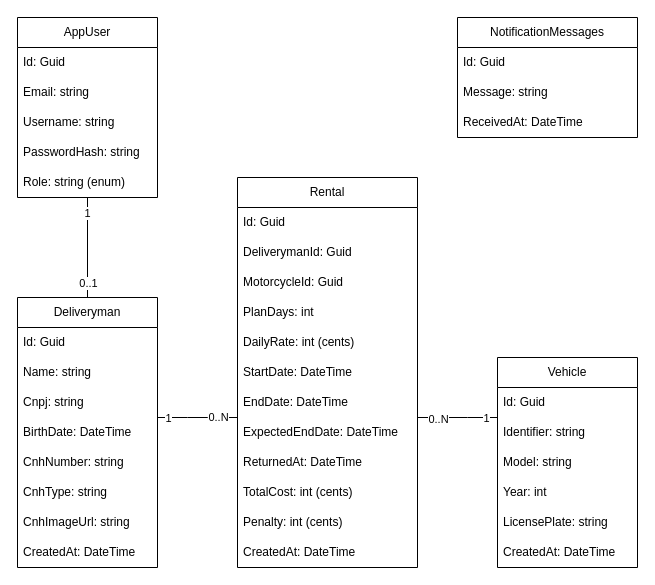
Earlier version of the draw.io diagram docs/er-diagram.drawio (cainajuca/fleet-rental-backend). Source tidied: cells renumbered, new cells numbered last; positions are measured from the earlier drawing's top-left corner, leaving out a move shared by most shapes. Both pictures are drawn from the tidied source at 100%, with x=0, y=0 at pixel (17, 17).
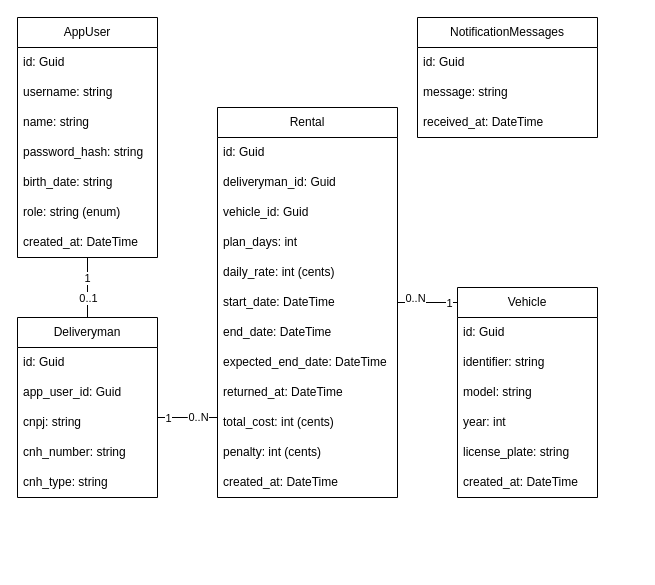
The same page after the edit.

Commit message (it also covers changes not shown here):
docs(er-diagram): update ER diagram to reflect final schema changes

The change refers to these unchanged cells:
```xml
<mxCell id="35" style="edgeStyle=none;html=1;endArrow=none;endFill=0;" parent="1" edge="1" source="38" target="9">
  <mxGeometry relative="1" as="geometry" />
</mxCell>
<mxCell id="44" style="edgeStyle=orthogonalEdgeStyle;html=1;endArrow=none;endFill=0;" parent="1" edge="1" source="18" target="9">
  <mxGeometry relative="1" as="geometry">
    <Array as="points">
      <mxPoint x="180" y="400" />
      <mxPoint x="180" y="400" />
    </Array>
  </mxGeometry>
</mxCell>
<mxCell id="47" style="edgeStyle=orthogonalEdgeStyle;html=1;endArrow=none;endFill=0;" parent="1" edge="1" source="18" target="2">
  <mxGeometry relative="1" as="geometry">
    <Array as="points">
      <mxPoint x="460" y="400" />
      <mxPoint x="460" y="400" />
    </Array>
  </mxGeometry>
</mxCell>
```

The edit, as a diff of the source:
```diff
@@
     <mxCell id="2" value="Vehicle" style="swimlane;fontStyle=0;horizontal=1;startSize=30;whiteSpace=wrap;html=1;" parent="1" vertex="1">
-      <mxGeometry x="480" y="340" width="140" height="210" as="geometry" />
+      <mxGeometry x="440" y="270" width="140" height="210" as="geometry" />
     </mxCell>
-    <mxCell id="3" value="Id: Guid" style="text;strokeColor=none;fillColor=none;align=left;verticalAlign=middle;spacingLeft=4;spacingRight=4;overflow=hidden;whiteSpace=wrap;html=1;" parent="2" vertex="1">
+    <mxCell id="3" value="id: Guid" style="text;strokeColor=none;fillColor=none;align=left;verticalAlign=middle;spacingLeft=4;spacingRight=4;overflow=hidden;whiteSpace=wrap;html=1;" parent="2" vertex="1">
       <mxGeometry y="30" width="140" height="30" as="geometry" />
     </mxCell>
-    <mxCell id="4" value="Identifier: string" style="text;strokeColor=none;fillColor=none;align=left;verticalAlign=middle;spacingLeft=4;spacingRight=4;overflow=hidden;whiteSpace=wrap;html=1;" parent="2" vertex="1">
+    <mxCell id="4" value="identifier: string" style="text;strokeColor=none;fillColor=none;align=left;verticalAlign=middle;spacingLeft=4;spacingRight=4;overflow=hidden;whiteSpace=wrap;html=1;" parent="2" vertex="1">
       <mxGeometry y="60" width="140" height="30" as="geometry" />
     </mxCell>
-    <mxCell id="5" value="Model: string" style="text;strokeColor=none;fillColor=none;align=left;verticalAlign=middle;spacingLeft=4;spacingRight=4;overflow=hidden;whiteSpace=wrap;html=1;" parent="2" vertex="1">
+    <mxCell id="5" value="model: string" style="text;strokeColor=none;fillColor=none;align=left;verticalAlign=middle;spacingLeft=4;spacingRight=4;overflow=hidden;whiteSpace=wrap;html=1;" parent="2" vertex="1">
       <mxGeometry y="90" width="140" height="30" as="geometry" />
     </mxCell>
-    <mxCell id="6" value="Year: int" style="text;strokeColor=none;fillColor=none;align=left;verticalAlign=middle;spacingLeft=4;spacingRight=4;overflow=hidden;whiteSpace=wrap;html=1;" parent="2" vertex="1">
+    <mxCell id="6" value="year: int" style="text;strokeColor=none;fillColor=none;align=left;verticalAlign=middle;spacingLeft=4;spacingRight=4;overflow=hidden;whiteSpace=wrap;html=1;" parent="2" vertex="1">
       <mxGeometry y="120" width="140" height="30" as="geometry" />
     </mxCell>
-    <mxCell id="7" value="LicensePlate: string" style="text;strokeColor=none;fillColor=none;align=left;verticalAlign=middle;spacingLeft=4;spacingRight=4;overflow=hidden;whiteSpace=wrap;html=1;" parent="2" vertex="1">
+    <mxCell id="7" value="license_plate: string" style="text;strokeColor=none;fillColor=none;align=left;verticalAlign=middle;spacingLeft=4;spacingRight=4;overflow=hidden;whiteSpace=wrap;html=1;" parent="2" vertex="1">
       <mxGeometry y="150" width="140" height="30" as="geometry" />
     </mxCell>
-    <mxCell id="8" value="CreatedAt: DateTime" style="text;strokeColor=none;fillColor=none;align=left;verticalAlign=middle;spacingLeft=4;spacingRight=4;overflow=hidden;whiteSpace=wrap;html=1;" parent="2" vertex="1">
+    <mxCell id="8" value="created_at: DateTime" style="text;strokeColor=none;fillColor=none;align=left;verticalAlign=middle;spacingLeft=4;spacingRight=4;overflow=hidden;whiteSpace=wrap;html=1;" parent="2" vertex="1">
       <mxGeometry y="180" width="140" height="30" as="geometry" />
     </mxCell>
     <mxCell id="9" value="Deliveryman" style="swimlane;fontStyle=0;horizontal=1;startSize=30;whiteSpace=wrap;html=1;" parent="1" vertex="1">
-      <mxGeometry y="280" width="140" height="270" as="geometry" />
+      <mxGeometry y="300" width="140" height="180" as="geometry" />
     </mxCell>
-    <mxCell id="10" value="Id: Guid" style="text;strokeColor=none;fillColor=none;align=left;verticalAlign=middle;spacingLeft=4;spacingRight=4;overflow=hidden;whiteSpace=wrap;html=1;" parent="9" vertex="1">
+    <mxCell id="10" value="id: Guid" style="text;strokeColor=none;fillColor=none;align=left;verticalAlign=middle;spacingLeft=4;spacingRight=4;overflow=hidden;whiteSpace=wrap;html=1;" parent="9" vertex="1">
       <mxGeometry y="30" width="140" height="30" as="geometry" />
     </mxCell>
-    <mxCell id="11" value="Name: string" style="text;strokeColor=none;fillColor=none;align=left;verticalAlign=middle;spacingLeft=4;spacingRight=4;overflow=hidden;whiteSpace=wrap;html=1;" parent="9" vertex="1">
+    <mxCell id="11" value="app_user_id: Guid" style="text;strokeColor=none;fillColor=none;align=left;verticalAlign=middle;spacingLeft=4;spacingRight=4;overflow=hidden;whiteSpace=wrap;html=1;" parent="9" vertex="1">
       <mxGeometry y="60" width="140" height="30" as="geometry" />
     </mxCell>
-    <mxCell id="12" value="Cnpj: string" style="text;strokeColor=none;fillColor=none;align=left;verticalAlign=middle;spacingLeft=4;spacingRight=4;overflow=hidden;whiteSpace=wrap;html=1;" parent="9" vertex="1">
+    <mxCell id="12" value="cnpj: string" style="text;strokeColor=none;fillColor=none;align=left;verticalAlign=middle;spacingLeft=4;spacingRight=4;overflow=hidden;whiteSpace=wrap;html=1;" parent="9" vertex="1">
       <mxGeometry y="90" width="140" height="30" as="geometry" />
     </mxCell>
-    <mxCell id="13" value="BirthDate: DateTime" style="text;strokeColor=none;fillColor=none;align=left;verticalAlign=middle;spacingLeft=4;spacingRight=4;overflow=hidden;whiteSpace=wrap;html=1;" parent="9" vertex="1">
-      <mxGeometry y="120" width="140" height="30" as="geometry" />
-    </mxCell>
-    <mxCell id="14" value="CnhNumber: string" style="text;strokeColor=none;fillColor=none;align=left;verticalAlign=middle;spacingLeft=4;spacingRight=4;overflow=hidden;whiteSpace=wrap;html=1;" parent="9" vertex="1">
-      <mxGeometry y="150" width="140" height="30" as="geometry" />
+    <mxCell id="14" value="cnh_number: string" style="text;strokeColor=none;fillColor=none;align=left;verticalAlign=middle;spacingLeft=4;spacingRight=4;overflow=hidden;whiteSpace=wrap;html=1;" parent="9" vertex="1">
+      <mxGeometry y="120" width="140" height="30" as="geometry" />
     </mxCell>
-    <mxCell id="15" value="CnhType: string" style="text;strokeColor=none;fillColor=none;align=left;verticalAlign=middle;spacingLeft=4;spacingRight=4;overflow=hidden;whiteSpace=wrap;html=1;" parent="9" vertex="1">
-      <mxGeometry y="180" width="140" height="30" as="geometry" />
+    <mxCell id="15" value="cnh_type: string" style="text;strokeColor=none;fillColor=none;align=left;verticalAlign=middle;spacingLeft=4;spacingRight=4;overflow=hidden;whiteSpace=wrap;html=1;" parent="9" vertex="1">
+      <mxGeometry y="150" width="140" height="30" as="geometry" />
     </mxCell>
-    <mxCell id="16" value="CnhImageUrl: string" style="text;strokeColor=none;fillColor=none;align=left;verticalAlign=middle;spacingLeft=4;spacingRight=4;overflow=hidden;whiteSpace=wrap;html=1;" parent="9" vertex="1">
-      <mxGeometry y="210" width="140" height="30" as="geometry" />
-    </mxCell>
-    <mxCell id="17" value="CreatedAt: DateTime" style="text;strokeColor=none;fillColor=none;align=left;verticalAlign=middle;spacingLeft=4;spacingRight=4;overflow=hidden;whiteSpace=wrap;html=1;" parent="9" vertex="1">
-      <mxGeometry y="240" width="140" height="30" as="geometry" />
-    </mxCell>
     <mxCell id="18" value="Rental" style="swimlane;fontStyle=0;horizontal=1;startSize=30;whiteSpace=wrap;html=1;" parent="1" vertex="1">
-      <mxGeometry x="220" y="160" width="180" height="390" as="geometry" />
+      <mxGeometry x="200" y="90" width="180" height="390" as="geometry" />
     </mxCell>
-    <mxCell id="19" value="Id: Guid" style="text;strokeColor=none;fillColor=none;align=left;verticalAlign=middle;spacingLeft=4;spacingRight=4;overflow=hidden;whiteSpace=wrap;html=1;" parent="18" vertex="1">
+    <mxCell id="19" value="id: Guid" style="text;strokeColor=none;fillColor=none;align=left;verticalAlign=middle;spacingLeft=4;spacingRight=4;overflow=hidden;whiteSpace=wrap;html=1;" parent="18" vertex="1">
       <mxGeometry y="30" width="180" height="30" as="geometry" />
     </mxCell>
-    <mxCell id="20" value="DeliverymanId: Guid" style="text;strokeColor=none;fillColor=none;align=left;verticalAlign=middle;spacingLeft=4;spacingRight=4;overflow=hidden;whiteSpace=wrap;html=1;" parent="18" vertex="1">
+    <mxCell id="20" value="deliveryman_id: Guid" style="text;strokeColor=none;fillColor=none;align=left;verticalAlign=middle;spacingLeft=4;spacingRight=4;overflow=hidden;whiteSpace=wrap;html=1;" parent="18" vertex="1">
       <mxGeometry y="60" width="180" height="30" as="geometry" />
     </mxCell>
-    <mxCell id="21" value="MotorcycleId: Guid" style="text;strokeColor=none;fillColor=none;align=left;verticalAlign=middle;spacingLeft=4;spacingRight=4;overflow=hidden;whiteSpace=wrap;html=1;" parent="18" vertex="1">
+    <mxCell id="21" value="vehicle_id: Guid" style="text;strokeColor=none;fillColor=none;align=left;verticalAlign=middle;spacingLeft=4;spacingRight=4;overflow=hidden;whiteSpace=wrap;html=1;" parent="18" vertex="1">
       <mxGeometry y="90" width="180" height="30" as="geometry" />
     </mxCell>
-    <mxCell id="22" value="PlanDays: int" style="text;strokeColor=none;fillColor=none;align=left;verticalAlign=middle;spacingLeft=4;spacingRight=4;overflow=hidden;whiteSpace=wrap;html=1;" parent="18" vertex="1">
+    <mxCell id="22" value="plan_days: int" style="text;strokeColor=none;fillColor=none;align=left;verticalAlign=middle;spacingLeft=4;spacingRight=4;overflow=hidden;whiteSpace=wrap;html=1;" parent="18" vertex="1">
       <mxGeometry y="120" width="180" height="30" as="geometry" />
     </mxCell>
-    <mxCell id="23" value="DailyRate: int (cents)" style="text;strokeColor=none;fillColor=none;align=left;verticalAlign=middle;spacingLeft=4;spacingRight=4;overflow=hidden;whiteSpace=wrap;html=1;" parent="18" vertex="1">
+    <mxCell id="23" value="daily_rate: int (cents)" style="text;strokeColor=none;fillColor=none;align=left;verticalAlign=middle;spacingLeft=4;spacingRight=4;overflow=hidden;whiteSpace=wrap;html=1;" parent="18" vertex="1">
       <mxGeometry y="150" width="180" height="30" as="geometry" />
     </mxCell>
-    <mxCell id="24" value="StartDate: DateTime" style="text;strokeColor=none;fillColor=none;align=left;verticalAlign=middle;spacingLeft=4;spacingRight=4;overflow=hidden;whiteSpace=wrap;html=1;" parent="18" vertex="1">
+    <mxCell id="24" value="start_date: DateTime" style="text;strokeColor=none;fillColor=none;align=left;verticalAlign=middle;spacingLeft=4;spacingRight=4;overflow=hidden;whiteSpace=wrap;html=1;" parent="18" vertex="1">
       <mxGeometry y="180" width="180" height="30" as="geometry" />
     </mxCell>
-    <mxCell id="25" value="EndDate: DateTime" style="text;strokeColor=none;fillColor=none;align=left;verticalAlign=middle;spacingLeft=4;spacingRight=4;overflow=hidden;whiteSpace=wrap;html=1;" parent="18" vertex="1">
+    <mxCell id="25" value="end_date: DateTime" style="text;strokeColor=none;fillColor=none;align=left;verticalAlign=middle;spacingLeft=4;spacingRight=4;overflow=hidden;whiteSpace=wrap;html=1;" parent="18" vertex="1">
       <mxGeometry y="210" width="180" height="30" as="geometry" />
     </mxCell>
-    <mxCell id="26" value="ExpectedEndDate: DateTime" style="text;strokeColor=none;fillColor=none;align=left;verticalAlign=middle;spacingLeft=4;spacingRight=4;overflow=hidden;whiteSpace=wrap;html=1;" parent="18" vertex="1">
+    <mxCell id="26" value="expected_end_date: DateTime" style="text;strokeColor=none;fillColor=none;align=left;verticalAlign=middle;spacingLeft=4;spacingRight=4;overflow=hidden;whiteSpace=wrap;html=1;" parent="18" vertex="1">
       <mxGeometry y="240" width="180" height="30" as="geometry" />
     </mxCell>
-    <mxCell id="27" value="ReturnedAt: DateTime" style="text;strokeColor=none;fillColor=none;align=left;verticalAlign=middle;spacingLeft=4;spacingRight=4;overflow=hidden;whiteSpace=wrap;html=1;" parent="18" vertex="1">
+    <mxCell id="27" value="returned_at: DateTime" style="text;strokeColor=none;fillColor=none;align=left;verticalAlign=middle;spacingLeft=4;spacingRight=4;overflow=hidden;whiteSpace=wrap;html=1;" parent="18" vertex="1">
       <mxGeometry y="270" width="180" height="30" as="geometry" />
     </mxCell>
-    <mxCell id="28" value="TotalCost: int (cents)" style="text;strokeColor=none;fillColor=none;align=left;verticalAlign=middle;spacingLeft=4;spacingRight=4;overflow=hidden;whiteSpace=wrap;html=1;" parent="18" vertex="1">
+    <mxCell id="28" value="total_cost: int (cents)" style="text;strokeColor=none;fillColor=none;align=left;verticalAlign=middle;spacingLeft=4;spacingRight=4;overflow=hidden;whiteSpace=wrap;html=1;" parent="18" vertex="1">
       <mxGeometry y="300" width="180" height="30" as="geometry" />
     </mxCell>
-    <mxCell id="29" value="Penalty: int (cents)" style="text;strokeColor=none;fillColor=none;align=left;verticalAlign=middle;spacingLeft=4;spacingRight=4;overflow=hidden;whiteSpace=wrap;html=1;" parent="18" vertex="1">
+    <mxCell id="29" value="penalty: int (cents)" style="text;strokeColor=none;fillColor=none;align=left;verticalAlign=middle;spacingLeft=4;spacingRight=4;overflow=hidden;whiteSpace=wrap;html=1;" parent="18" vertex="1">
       <mxGeometry y="330" width="180" height="30" as="geometry" />
     </mxCell>
-    <mxCell id="30" value="CreatedAt: DateTime" style="text;strokeColor=none;fillColor=none;align=left;verticalAlign=middle;spacingLeft=4;spacingRight=4;overflow=hidden;whiteSpace=wrap;html=1;" parent="18" vertex="1">
+    <mxCell id="30" value="created_at: DateTime" style="text;strokeColor=none;fillColor=none;align=left;verticalAlign=middle;spacingLeft=4;spacingRight=4;overflow=hidden;whiteSpace=wrap;html=1;" parent="18" vertex="1">
       <mxGeometry y="360" width="180" height="30" as="geometry" />
     </mxCell>
     <mxCell id="31" value="NotificationMessages" style="swimlane;fontStyle=0;horizontal=1;startSize=30;whiteSpace=wrap;html=1;" parent="1" vertex="1">
-      <mxGeometry x="440" width="180" height="120" as="geometry" />
+      <mxGeometry x="400" width="180" height="120" as="geometry" />
     </mxCell>
-    <mxCell id="32" value="Id: Guid" style="text;strokeColor=none;fillColor=none;align=left;verticalAlign=middle;spacingLeft=4;spacingRight=4;overflow=hidden;whiteSpace=wrap;html=1;" parent="31" vertex="1">
+    <mxCell id="32" value="id: Guid" style="text;strokeColor=none;fillColor=none;align=left;verticalAlign=middle;spacingLeft=4;spacingRight=4;overflow=hidden;whiteSpace=wrap;html=1;" parent="31" vertex="1">
       <mxGeometry y="30" width="180" height="30" as="geometry" />
     </mxCell>
-    <mxCell id="33" value="Message: string" style="text;strokeColor=none;fillColor=none;align=left;verticalAlign=middle;spacingLeft=4;spacingRight=4;overflow=hidden;whiteSpace=wrap;html=1;" parent="31" vertex="1">
+    <mxCell id="33" value="message: string" style="text;strokeColor=none;fillColor=none;align=left;verticalAlign=middle;spacingLeft=4;spacingRight=4;overflow=hidden;whiteSpace=wrap;html=1;" parent="31" vertex="1">
       <mxGeometry y="60" width="180" height="30" as="geometry" />
     </mxCell>
-    <mxCell id="34" value="ReceivedAt: DateTime" style="text;strokeColor=none;fillColor=none;align=left;verticalAlign=middle;spacingLeft=4;spacingRight=4;overflow=hidden;whiteSpace=wrap;html=1;" parent="31" vertex="1">
+    <mxCell id="34" value="received_at: DateTime" style="text;strokeColor=none;fillColor=none;align=left;verticalAlign=middle;spacingLeft=4;spacingRight=4;overflow=hidden;whiteSpace=wrap;html=1;" parent="31" vertex="1">
       <mxGeometry y="90" width="180" height="30" as="geometry" />
     </mxCell>
@@
     <mxCell id="36" value="1" style="edgeLabel;html=1;align=center;verticalAlign=middle;" parent="35" vertex="1">
-      <mxGeometry x="-0.71" y="-1" relative="1" as="geometry" />
+      <mxGeometry x="-0.71" y="-1" relative="1" as="geometry">
+        <mxPoint y="11" as="offset" />
+      </mxGeometry>
     </mxCell>
     <mxCell id="37" value="0..1" style="edgeLabel;html=1;align=center;verticalAlign=middle;" parent="35" vertex="1">
-      <mxGeometry x="0.7" relative="1" as="geometry" />
+      <mxGeometry x="0.7" relative="1" as="geometry">
+        <mxPoint y="-11" as="offset" />
+      </mxGeometry>
     </mxCell>
     <mxCell id="38" value="AppUser" style="swimlane;fontStyle=0;horizontal=1;startSize=30;whiteSpace=wrap;html=1;" parent="1" vertex="1">
-      <mxGeometry width="140" height="180" as="geometry" />
+      <mxGeometry width="140" height="240" as="geometry" />
     </mxCell>
-    <mxCell id="39" value="Id: Guid" style="text;strokeColor=none;fillColor=none;align=left;verticalAlign=middle;spacingLeft=4;spacingRight=4;overflow=hidden;whiteSpace=wrap;html=1;" parent="38" vertex="1">
+    <mxCell id="39" value="id: Guid" style="text;strokeColor=none;fillColor=none;align=left;verticalAlign=middle;spacingLeft=4;spacingRight=4;overflow=hidden;whiteSpace=wrap;html=1;" parent="38" vertex="1">
       <mxGeometry y="30" width="140" height="30" as="geometry" />
     </mxCell>
-    <mxCell id="40" value="Email: string" style="text;strokeColor=none;fillColor=none;align=left;verticalAlign=middle;spacingLeft=4;spacingRight=4;overflow=hidden;whiteSpace=wrap;html=1;" parent="38" vertex="1">
-      <mxGeometry y="60" width="140" height="30" as="geometry" />
-    </mxCell>
-    <mxCell id="41" value="Username: string" style="text;strokeColor=none;fillColor=none;align=left;verticalAlign=middle;spacingLeft=4;spacingRight=4;overflow=hidden;whiteSpace=wrap;html=1;" parent="38" vertex="1">
-      <mxGeometry y="90" width="140" height="30" as="geometry" />
+    <mxCell id="41" value="username: string" style="text;strokeColor=none;fillColor=none;align=left;verticalAlign=middle;spacingLeft=4;spacingRight=4;overflow=hidden;whiteSpace=wrap;html=1;" parent="38" vertex="1">
+      <mxGeometry y="60" width="140" height="30" as="geometry" />
     </mxCell>
-    <mxCell id="42" value="PasswordHash: string" style="text;strokeColor=none;fillColor=none;align=left;verticalAlign=middle;spacingLeft=4;spacingRight=4;overflow=hidden;whiteSpace=wrap;html=1;" parent="38" vertex="1">
-      <mxGeometry y="120" width="140" height="30" as="geometry" />
+    <mxCell id="42" value="name: string" style="text;strokeColor=none;fillColor=none;align=left;verticalAlign=middle;spacingLeft=4;spacingRight=4;overflow=hidden;whiteSpace=wrap;html=1;" parent="38" vertex="1">
+      <mxGeometry y="90" width="140" height="30" as="geometry" />
     </mxCell>
+    <mxCell id="50" value="password_hash: string" style="text;strokeColor=none;fillColor=none;align=left;verticalAlign=middle;spacingLeft=4;spacingRight=4;overflow=hidden;whiteSpace=wrap;html=1;" parent="38" vertex="1">
+      <mxGeometry y="120" width="140" height="30" as="geometry" />
+    </mxCell>
+    <mxCell id="51" value="birth_date: string" style="text;strokeColor=none;fillColor=none;align=left;verticalAlign=middle;spacingLeft=4;spacingRight=4;overflow=hidden;whiteSpace=wrap;html=1;" parent="38" vertex="1">
+      <mxGeometry y="150" width="140" height="30" as="geometry" />
+    </mxCell>
-    <mxCell id="43" value="Role: string (enum)" style="text;strokeColor=none;fillColor=none;align=left;verticalAlign=middle;spacingLeft=4;spacingRight=4;overflow=hidden;whiteSpace=wrap;html=1;" parent="38" vertex="1">
-      <mxGeometry y="150" width="140" height="30" as="geometry" />
+    <mxCell id="43" value="role: string (enum)" style="text;strokeColor=none;fillColor=none;align=left;verticalAlign=middle;spacingLeft=4;spacingRight=4;overflow=hidden;whiteSpace=wrap;html=1;" parent="38" vertex="1">
+      <mxGeometry y="180" width="140" height="30" as="geometry" />
     </mxCell>
+    <mxCell id="52" value="created_at: DateTime" style="text;strokeColor=none;fillColor=none;align=left;verticalAlign=middle;spacingLeft=4;spacingRight=4;overflow=hidden;whiteSpace=wrap;html=1;" parent="38" vertex="1">
+      <mxGeometry y="210" width="140" height="30" as="geometry" />
+    </mxCell>
@@
     <mxCell id="45" value="0..N" style="edgeLabel;html=1;align=center;verticalAlign=middle;" parent="44" vertex="1">
       <mxGeometry x="-0.71" y="-1" relative="1" as="geometry">
-        <mxPoint x="-8" as="offset" />
+        <mxPoint x="-11" as="offset" />
       </mxGeometry>
     </mxCell>
     <mxCell id="46" value="1" style="edgeLabel;html=1;align=center;verticalAlign=middle;" parent="44" vertex="1">
       <mxGeometry x="0.7" relative="1" as="geometry">
-        <mxPoint x="-2" as="offset" />
+        <mxPoint x="1" as="offset" />
       </mxGeometry>
     </mxCell>
@@
     <mxCell id="48" value="0..N" style="edgeLabel;html=1;align=center;verticalAlign=middle;" parent="47" vertex="1">
       <mxGeometry x="-0.71" y="-1" relative="1" as="geometry">
-        <mxPoint x="8" as="offset" />
+        <mxPoint x="8" y="-6" as="offset" />
       </mxGeometry>
     </mxCell>
```
